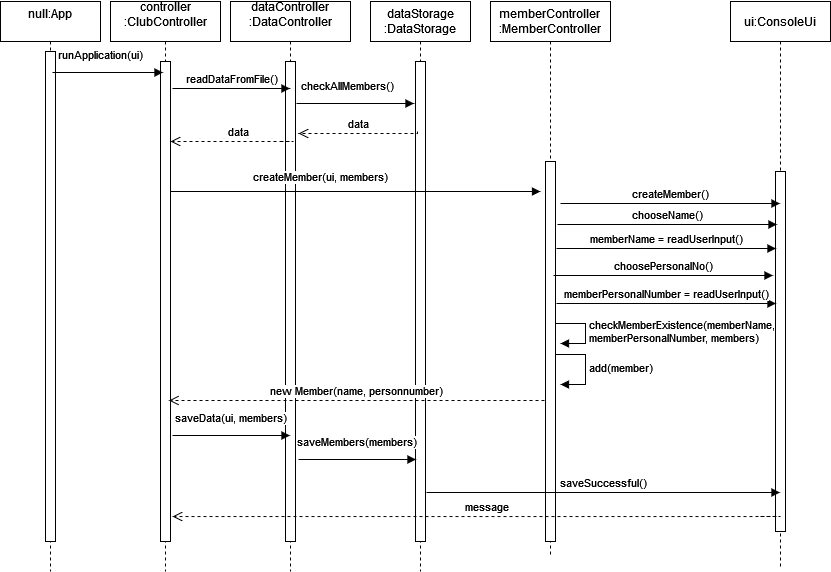
This is img/sequence-diagram.png from Thanhtran34/MVC-boatclub, a draw.io export, as it was before one commit. Source tidied: cells renumbered, new cells last; positions are measured from the earlier drawing's top-left corner, leaving out a move shared by most shapes.
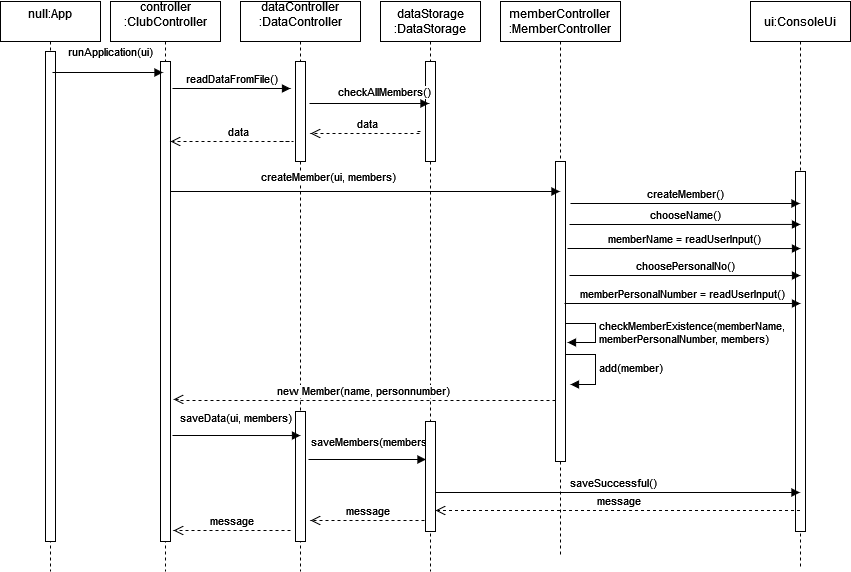
The same diagram one commit later.

Commit message:
change sequence diagram

What changed in the source:
```diff
@@ -15,29 +15,33 @@
       <mxGeometry x="50" y="60" width="10" height="480" as="geometry" />
     </mxCell>
     <mxCell id="6" value="&lt;div&gt;dataController&lt;/div&gt;&lt;div&gt;:DataController&lt;/div&gt;&lt;div&gt;&lt;br&gt;&lt;/div&gt;" style="shape=umlLifeline;perimeter=lifelinePerimeter;whiteSpace=wrap;html=1;outlineConnect=0;" parent="1" vertex="1">
-      <mxGeometry x="230" width="120" height="570" as="geometry" />
+      <mxGeometry x="240" width="120" height="570" as="geometry" />
     </mxCell>
     <mxCell id="7" style="html=1;points=[];perimeter=orthogonalPerimeter;" parent="6" vertex="1">
-      <mxGeometry x="55" y="60" width="10" height="480" as="geometry" />
+      <mxGeometry x="55" y="60" width="10" height="100" as="geometry" />
     </mxCell>
+    <mxCell id="32" style="html=1;points=[];perimeter=orthogonalPerimeter;" parent="6" vertex="1">
+      <mxGeometry x="55" y="410" width="10" height="130" as="geometry" />
+    </mxCell>
     <mxCell id="8" value="&lt;div&gt;dataStorage&lt;/div&gt;&lt;div&gt;:DataStorage&lt;/div&gt;" style="shape=umlLifeline;perimeter=lifelinePerimeter;whiteSpace=wrap;html=1;" parent="1" vertex="1">
-      <mxGeometry x="370" width="100" height="570" as="geometry" />
+      <mxGeometry x="380" width="100" height="570" as="geometry" />
     </mxCell>
     <mxCell id="9" style="html=1;perimeter=orthogonalPerimeter;" parent="8" vertex="1">
-      <mxGeometry x="45" y="60" width="10" height="480" as="geometry" />
+      <mxGeometry x="45" y="60" width="10" height="100" as="geometry" />
     </mxCell>
     <mxCell id="10" value="&lt;div&gt;memberController&lt;/div&gt;&lt;div&gt;:MemberController&lt;br&gt;&lt;/div&gt;" style="shape=umlLifeline;perimeter=lifelinePerimeter;whiteSpace=wrap;html=1;outlineConnect=0;" parent="1" vertex="1">
-      <mxGeometry x="490" width="120" height="555" as="geometry" />
+      <mxGeometry x="500" width="120" height="555" as="geometry" />
     </mxCell>
     <mxCell id="11" style="html=1;perimeter=orthogonalPerimeter;" parent="10" vertex="1">
-      <mxGeometry x="55" y="160" width="10" height="380" as="geometry" />
+      <mxGeometry x="55" y="160" width="10" height="300" as="geometry" />
     </mxCell>
-    <mxCell id="12" value="&lt;div&gt;checkMemberExistence(memberName,&lt;/div&gt;&lt;div&gt;memberPersonalNumber, members)&lt;/div&gt;" style="edgeStyle=orthogonalEdgeStyle;html=1;align=left;spacingLeft=2;endArrow=block;rounded=0;entryX=1;entryY=0;" parent="10" edge="1">
+    <mxCell id="12" value="&lt;div&gt;checkMemberExistence(memberName,&lt;/div&gt;&lt;div&gt;memberPersonalNumber, members)&lt;/div&gt;" style="edgeStyle=orthogonalEdgeStyle;html=1;align=left;spacingLeft=2;endArrow=block;rounded=0;" parent="10" edge="1">
       <mxGeometry relative="1" as="geometry">
         <mxPoint x="65" y="322" as="sourcePoint" />
-        <mxPoint x="70" y="342" as="targetPoint" />
+        <mxPoint x="67" y="341" as="targetPoint" />
         <Array as="points">
           <mxPoint x="95" y="322" />
+          <mxPoint x="95" y="341" />
         </Array>
       </mxGeometry>
     </mxCell>
@@ -50,95 +54,80 @@
         </Array>
       </mxGeometry>
     </mxCell>
+    <mxCell id="22" value="new Member(name, personnumber)" style="html=1;verticalAlign=bottom;endArrow=open;dashed=1;endSize=8;rounded=0;edgeStyle=orthogonalEdgeStyle;entryX=1.3;entryY=0.704;entryDx=0;entryDy=0;entryPerimeter=0;" parent="10" edge="1" target="5">
+      <mxGeometry relative="1" as="geometry">
+        <mxPoint x="55" y="399" as="sourcePoint" />
+        <Array as="points">
+          <mxPoint x="-320" y="399" />
+          <mxPoint x="-320" y="398" />
+        </Array>
+      </mxGeometry>
+    </mxCell>
     <mxCell id="14" value="&lt;div&gt;ui:ConsoleUi&lt;/div&gt;" style="shape=umlLifeline;perimeter=lifelinePerimeter;whiteSpace=wrap;html=1;outlineConnect=0;" parent="1" vertex="1">
-      <mxGeometry x="730" width="100" height="565" as="geometry" />
+      <mxGeometry x="750" width="100" height="565" as="geometry" />
     </mxCell>
     <mxCell id="15" style="html=1;points=[];perimeter=orthogonalPerimeter;" parent="14" vertex="1">
       <mxGeometry x="45" y="170" width="10" height="360" as="geometry" />
     </mxCell>
-    <mxCell id="16" value="createMember(ui, members)" style="html=1;verticalAlign=bottom;endArrow=block;rounded=0;edgeStyle=orthogonalEdgeStyle;" parent="1" edge="1">
+    <mxCell id="16" value="createMember(ui, members)" style="html=1;verticalAlign=bottom;endArrow=block;rounded=0;edgeStyle=orthogonalEdgeStyle;" parent="1" edge="1" target="10">
       <mxGeometry x="-0.19" y="5" relative="1" as="geometry">
         <mxPoint x="170" y="190" as="sourcePoint" />
-        <mxPoint x="540" y="190" as="targetPoint" />
         <Array as="points">
-          <mxPoint x="430" y="190" />
-          <mxPoint x="430" y="190" />
+          <mxPoint x="460" y="190" />
+          <mxPoint x="460" y="190" />
         </Array>
       </mxGeometry>
     </mxCell>
     <mxCell id="17" value="&lt;div&gt;createMember()&lt;/div&gt;" style="html=1;verticalAlign=bottom;endArrow=block;rounded=0;edgeStyle=orthogonalEdgeStyle;" parent="1" edge="1" target="14">
       <mxGeometry relative="1" as="geometry">
-        <mxPoint x="560" y="202" as="sourcePoint" />
+        <mxPoint x="570" y="202" as="sourcePoint" />
         <Array as="points">
           <mxPoint x="570" y="202" />
           <mxPoint x="570" y="202" />
         </Array>
       </mxGeometry>
     </mxCell>
-    <mxCell id="18" value="&lt;div&gt;memberName = readUserInput()&lt;/div&gt;" style="html=1;verticalAlign=bottom;endArrow=block;rounded=0;edgeStyle=orthogonalEdgeStyle;" parent="1" edge="1">
+    <mxCell id="18" value="&lt;div&gt;memberName = readUserInput()&lt;/div&gt;" style="html=1;verticalAlign=bottom;endArrow=block;rounded=0;edgeStyle=orthogonalEdgeStyle;entryX=0.5;entryY=0.214;entryDx=0;entryDy=0;entryPerimeter=0;" parent="1" edge="1" target="15">
       <mxGeometry relative="1" as="geometry">
-        <mxPoint x="556" y="247" as="sourcePoint" />
-        <mxPoint x="775.5" y="247" as="targetPoint" />
-        <Array as="points">
-          <mxPoint x="706" y="247" />
-          <mxPoint x="706" y="247" />
-        </Array>
+        <mxPoint x="567" y="247" as="sourcePoint" />
       </mxGeometry>
     </mxCell>
     <mxCell id="19" value="memberPersonalNumber = readUserInput()" style="html=1;verticalAlign=bottom;endArrow=block;rounded=0;edgeStyle=orthogonalEdgeStyle;" parent="1" edge="1">
       <mxGeometry relative="1" as="geometry">
-        <mxPoint x="556" y="302" as="sourcePoint" />
-        <mxPoint x="775.5" y="302" as="targetPoint" />
+        <mxPoint x="564" y="302" as="sourcePoint" />
+        <mxPoint x="800" y="302" as="targetPoint" />
         <Array as="points">
-          <mxPoint x="696" y="302" />
-          <mxPoint x="696" y="302" />
+          <mxPoint x="564" y="302" />
         </Array>
       </mxGeometry>
     </mxCell>
-    <mxCell id="20" value="chooseName()" style="html=1;verticalAlign=bottom;endArrow=block;rounded=0;edgeStyle=orthogonalEdgeStyle;" parent="1" edge="1">
+    <mxCell id="20" value="chooseName()" style="html=1;verticalAlign=bottom;endArrow=block;rounded=0;edgeStyle=orthogonalEdgeStyle;entryX=0.5;entryY=0.147;entryDx=0;entryDy=0;entryPerimeter=0;" parent="1" edge="1" target="15">
       <mxGeometry relative="1" as="geometry">
-        <mxPoint x="557" y="223" as="sourcePoint" />
-        <mxPoint x="776.5" y="223" as="targetPoint" />
-        <Array as="points">
-          <mxPoint x="567" y="223" />
-          <mxPoint x="567" y="223" />
-        </Array>
+        <mxPoint x="569" y="223" as="sourcePoint" />
       </mxGeometry>
     </mxCell>
-    <mxCell id="21" value="&lt;div&gt;choosePersonalNo()&lt;/div&gt;" style="html=1;verticalAlign=bottom;endArrow=block;rounded=0;edgeStyle=orthogonalEdgeStyle;" parent="1" edge="1">
+    <mxCell id="21" value="&lt;div&gt;choosePersonalNo()&lt;/div&gt;" style="html=1;verticalAlign=bottom;endArrow=block;rounded=0;edgeStyle=orthogonalEdgeStyle;entryX=0.5;entryY=0.289;entryDx=0;entryDy=0;entryPerimeter=0;" parent="1" edge="1" target="15">
       <mxGeometry relative="1" as="geometry">
-        <mxPoint x="553" y="274" as="sourcePoint" />
-        <mxPoint x="772.5" y="274" as="targetPoint" />
-        <Array as="points">
-          <mxPoint x="563" y="274" />
-          <mxPoint x="563" y="274" />
-        </Array>
+        <mxPoint x="569" y="274" as="sourcePoint" />
       </mxGeometry>
     </mxCell>
-    <mxCell id="22" value="new Member(name, personnumber)" style="html=1;verticalAlign=bottom;endArrow=open;dashed=1;endSize=8;rounded=0;edgeStyle=orthogonalEdgeStyle;" parent="1" edge="1">
-      <mxGeometry relative="1" as="geometry">
-        <mxPoint x="544" y="399" as="sourcePoint" />
-        <mxPoint x="168.5" y="399" as="targetPoint" />
-        <Array as="points">
-          <mxPoint x="454" y="399" />
-          <mxPoint x="454" y="399" />
-        </Array>
-      </mxGeometry>
-    </mxCell>
-    <mxCell id="23" value="readDataFromFile()" style="html=1;verticalAlign=bottom;endArrow=block;rounded=0;edgeStyle=orthogonalEdgeStyle;" parent="1" edge="1" target="6">
+    <mxCell id="23" value="readDataFromFile()" style="html=1;verticalAlign=bottom;endArrow=block;rounded=0;edgeStyle=orthogonalEdgeStyle;" parent="1" edge="1">
       <mxGeometry relative="1" as="geometry">
         <mxPoint x="172" y="87" as="sourcePoint" />
+        <mxPoint x="290" y="87" as="targetPoint" />
         <Array as="points">
           <mxPoint x="260" y="87" />
           <mxPoint x="260" y="87" />
         </Array>
       </mxGeometry>
     </mxCell>
-    <mxCell id="24" value="data" style="html=1;verticalAlign=bottom;endArrow=open;dashed=1;endSize=8;rounded=0;edgeStyle=orthogonalEdgeStyle;entryX=1.3;entryY=0.15;entryDx=0;entryDy=0;entryPerimeter=0;" parent="1" edge="1" target="7">
+    <mxCell id="24" value="data" style="html=1;verticalAlign=bottom;endArrow=open;dashed=1;endSize=8;rounded=0;edgeStyle=orthogonalEdgeStyle;" parent="1" edge="1">
       <mxGeometry relative="1" as="geometry">
         <mxPoint x="417" y="130" as="sourcePoint" />
+        <mxPoint x="310" y="132" as="targetPoint" />
         <Array as="points">
-          <mxPoint x="417" y="132" />
+          <mxPoint x="420" y="130" />
+          <mxPoint x="420" y="132" />
         </Array>
       </mxGeometry>
     </mxCell>
@@ -151,14 +140,9 @@
         </Array>
       </mxGeometry>
     </mxCell>
-    <mxCell id="26" value="&lt;div&gt;saveData(ui, members)&lt;/div&gt;" style="html=1;verticalAlign=bottom;endArrow=block;rounded=0;edgeStyle=orthogonalEdgeStyle;" parent="1" edge="1">
+    <mxCell id="26" value="&lt;div&gt;saveData(ui, members)&lt;/div&gt;" style="html=1;verticalAlign=bottom;endArrow=block;rounded=0;edgeStyle=orthogonalEdgeStyle;entryX=0.5;entryY=0.185;entryDx=0;entryDy=0;entryPerimeter=0;" parent="1" edge="1" target="32">
       <mxGeometry x="-0.01" y="8" relative="1" as="geometry">
         <mxPoint x="172" y="434" as="sourcePoint" />
-        <mxPoint x="289.5" y="434" as="targetPoint" />
-        <Array as="points">
-          <mxPoint x="250" y="434" />
-          <mxPoint x="250" y="434" />
-        </Array>
       </mxGeometry>
     </mxCell>
     <mxCell id="27" value="saveSuccessful()" style="html=1;verticalAlign=bottom;endArrow=block;rounded=0;edgeStyle=orthogonalEdgeStyle;" parent="1" edge="1" target="14">
@@ -170,36 +154,38 @@
         </Array>
       </mxGeometry>
     </mxCell>
-    <mxCell id="28" value="&lt;div&gt;message&lt;/div&gt;" style="html=1;verticalAlign=bottom;endArrow=open;dashed=1;endSize=8;rounded=0;edgeStyle=orthogonalEdgeStyle;entryX=1.2;entryY=0.948;entryDx=0;entryDy=0;entryPerimeter=0;" parent="1" edge="1" target="5">
+    <mxCell id="28" value="&lt;div&gt;message&lt;/div&gt;" style="html=1;verticalAlign=bottom;endArrow=open;dashed=1;endSize=8;rounded=0;edgeStyle=orthogonalEdgeStyle;" parent="1" edge="1">
       <mxGeometry relative="1" as="geometry">
-        <mxPoint x="760" y="515" as="sourcePoint" />
+        <mxPoint x="799.5" y="509" as="sourcePoint" />
+        <mxPoint x="435" y="509" as="targetPoint" />
         <Array as="points">
-          <mxPoint x="780" y="515" />
+          <mxPoint x="690" y="509" />
+          <mxPoint x="690" y="509" />
         </Array>
       </mxGeometry>
     </mxCell>
-    <mxCell id="29" value="saveMembers(members)" style="html=1;verticalAlign=bottom;endArrow=block;rounded=0;edgeStyle=orthogonalEdgeStyle;" parent="1" edge="1">
-      <mxGeometry x="-0.01" y="8" relative="1" as="geometry">
-        <mxPoint x="298" y="458" as="sourcePoint" />
-        <mxPoint x="415.5" y="458" as="targetPoint" />
+    <mxCell id="29" value="saveMembers(members)" style="html=1;verticalAlign=bottom;endArrow=block;rounded=0;edgeStyle=orthogonalEdgeStyle;startArrow=none;" parent="1" edge="1" source="33">
+      <mxGeometry x="-0.01" y="18" relative="1" as="geometry">
+        <mxPoint x="425.5" y="458" as="targetPoint" />
         <Array as="points">
-          <mxPoint x="376" y="458" />
-          <mxPoint x="376" y="458" />
+          <mxPoint x="386" y="458" />
+          <mxPoint x="386" y="458" />
         </Array>
+        <mxPoint x="-16" y="10" as="offset" />
       </mxGeometry>
     </mxCell>
     <mxCell id="30" value="checkAllMembers()" style="html=1;verticalAlign=bottom;endArrow=block;rounded=0;edgeStyle=orthogonalEdgeStyle;" parent="1" edge="1">
-      <mxGeometry x="-0.13" y="8" relative="1" as="geometry">
-        <mxPoint x="296" y="102" as="sourcePoint" />
-        <mxPoint x="413.5" y="102" as="targetPoint" />
+      <mxGeometry x="0.26" y="2" relative="1" as="geometry">
+        <mxPoint x="309" y="102" as="sourcePoint" />
+        <mxPoint x="428.5" y="102" as="targetPoint" />
         <Array as="points">
-          <mxPoint x="374" y="102" />
-          <mxPoint x="374" y="102" />
+          <mxPoint x="389" y="102" />
+          <mxPoint x="389" y="102" />
         </Array>
       </mxGeometry>
     </mxCell>
     <mxCell id="31" value="runApplication(ui)" style="html=1;verticalAlign=bottom;endArrow=block;rounded=0;edgeStyle=orthogonalEdgeStyle;" parent="1" edge="1">
-      <mxGeometry x="-0.13" y="8" relative="1" as="geometry">
+      <mxGeometry x="0.05" y="11" relative="1" as="geometry">
         <mxPoint x="52" y="71" as="sourcePoint" />
         <mxPoint x="162.5" y="71" as="targetPoint" />
         <Array as="points">
@@ -208,5 +194,36 @@
         </Array>
       </mxGeometry>
     </mxCell>
+    <mxCell id="33" style="html=1;points=[];perimeter=orthogonalPerimeter;" parent="1" vertex="1">
+      <mxGeometry x="425" y="420" width="10" height="110" as="geometry" />
+    </mxCell>
+    <mxCell id="34" style="html=1;verticalAlign=bottom;endArrow=none;rounded=0;edgeStyle=orthogonalEdgeStyle;" parent="1" edge="1" target="33">
+      <mxGeometry x="-0.01" y="8" relative="1" as="geometry">
+        <mxPoint x="308" y="458" as="sourcePoint" />
+        <Array as="points">
+          <mxPoint x="390" y="458" />
+          <mxPoint x="390" y="458" />
+        </Array>
+      </mxGeometry>
+    </mxCell>
+    <mxCell id="35" value="&lt;div&gt;message&lt;/div&gt;" style="html=1;verticalAlign=bottom;endArrow=open;dashed=1;endSize=8;rounded=0;edgeStyle=orthogonalEdgeStyle;" parent="1" edge="1">
+      <mxGeometry relative="1" as="geometry">
+        <mxPoint x="424" y="519" as="sourcePoint" />
+        <mxPoint x="310" y="519" as="targetPoint" />
+        <Array as="points">
+          <mxPoint x="424" y="519" />
+          <mxPoint x="424" y="519" />
+        </Array>
+      </mxGeometry>
+    </mxCell>
+    <mxCell id="36" value="&lt;div&gt;message&lt;/div&gt;" style="html=1;verticalAlign=bottom;endArrow=open;dashed=1;endSize=8;rounded=0;edgeStyle=orthogonalEdgeStyle;" parent="1" edge="1">
+      <mxGeometry relative="1" as="geometry">
+        <mxPoint x="290" y="529" as="sourcePoint" />
+        <mxPoint x="173" y="529" as="targetPoint" />
+        <Array as="points">
+          <mxPoint x="287" y="529" />
+        </Array>
+      </mxGeometry>
+    </mxCell>
   </root>
 </mxGraphModel>
```
